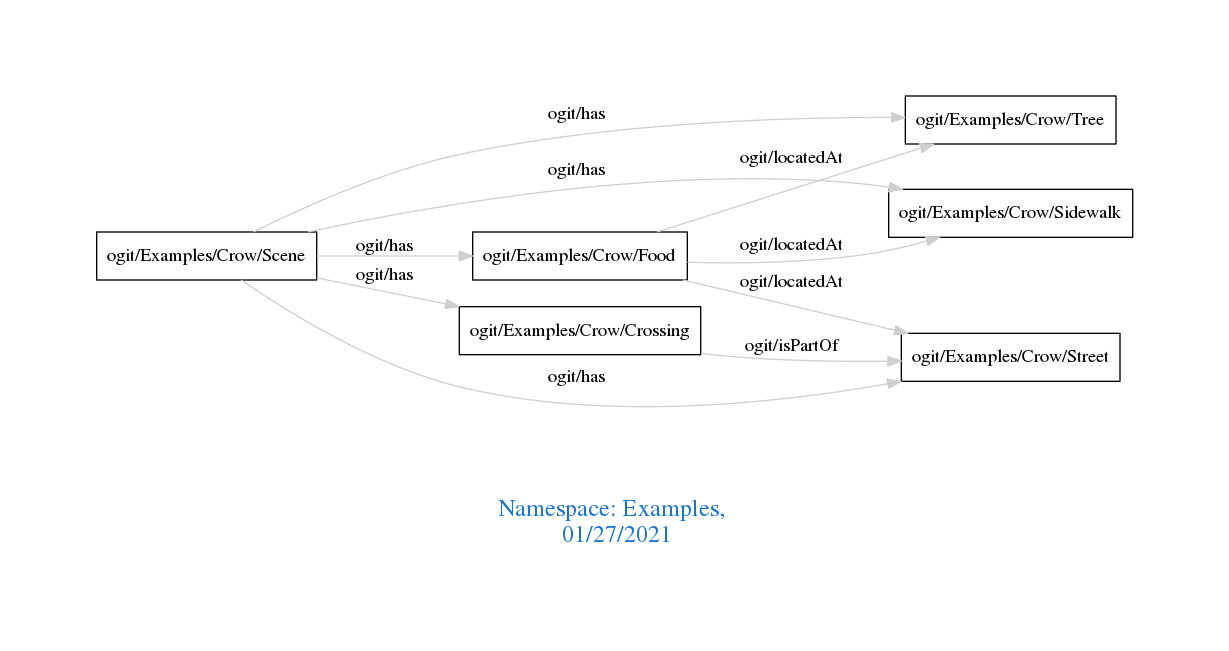
arago/OGIT keeps this Graphviz diagram as downloads/Examples.png. Above is the earlier version. Its source is kept beside it as downloads/Examples.dot.
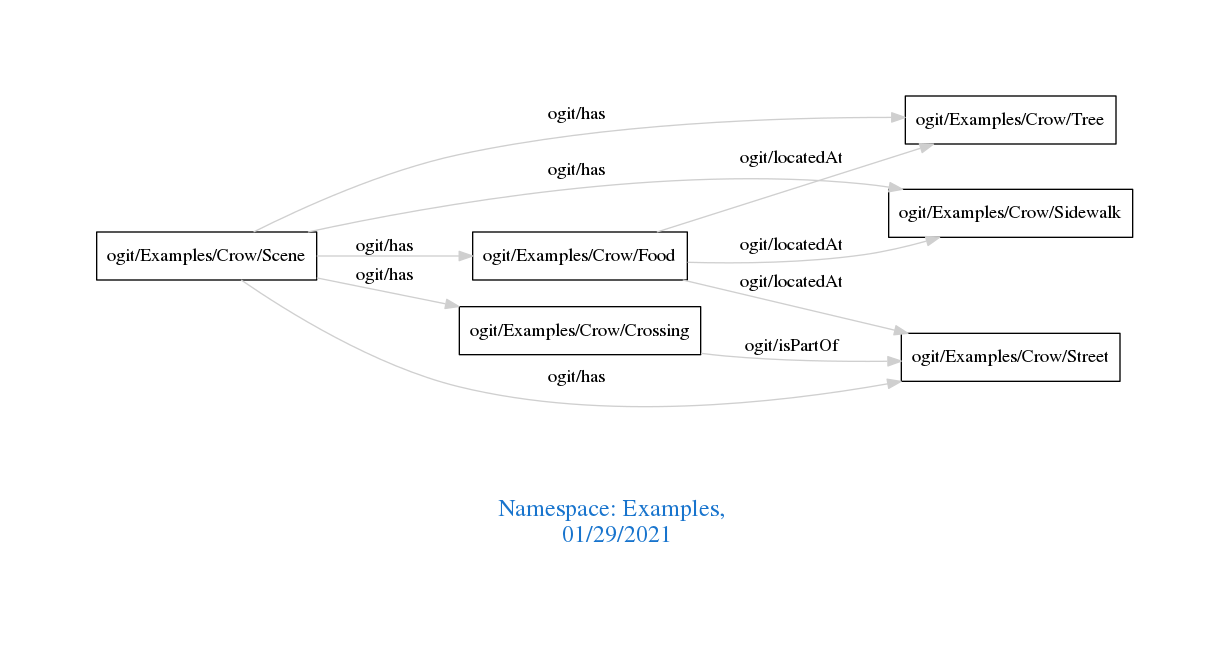
After the change.

The edit, as a diff of the source:
```diff
@@ -1,7 +1,7 @@
 digraph OGIT_ontology {
  graph [ rankdir= LR,pad=1
 fontsize = 18,
-fontcolor= dodgerblue3,label = "\n\n\nNamespace: Examples, \n 01/27/2021"];
+fontcolor= dodgerblue3,label = "\n\n\nNamespace: Examples, \n 01/29/2021"];
 node[shape=polygon];
 edge [  color="gray81"];
 
```
